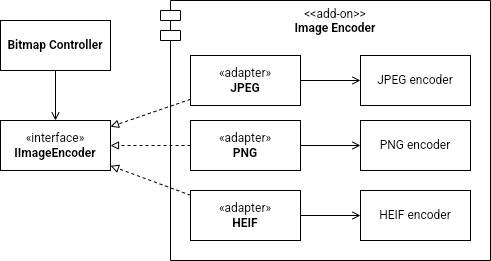
phunm211/SW-Associate-Architecture keeps this draw.io diagram as CA/QA_03.drawio.png. Above is the earlier version. Source tidied: cells renumbered, new cells last; positions are measured from the earlier drawing's top-left corner, leaving out a move shared by most shapes.
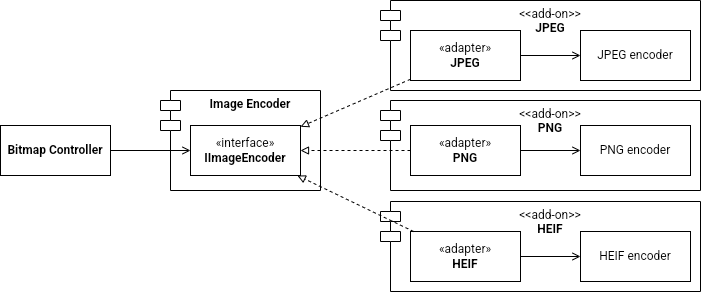
After the change.

What changed in the source:
```diff
@@ -2,53 +2,65 @@
   <root>
     <mxCell id="0" />
     <mxCell id="1" parent="0" />
+    <mxCell id="18" value="&amp;lt;&amp;lt;add-on&amp;gt;&amp;gt;&lt;br&gt;&lt;b&gt;HEIF&lt;/b&gt;" style="shape=module;align=left;spacingLeft=20;align=center;verticalAlign=top;whiteSpace=wrap;html=1;" parent="1" vertex="1">
+      <mxGeometry x="240" y="111" width="320" height="90" as="geometry" />
+    </mxCell>
+    <mxCell id="19" value="&amp;lt;&amp;lt;add-on&amp;gt;&amp;gt;&lt;br&gt;&lt;b&gt;PNG&lt;/b&gt;" style="shape=module;align=left;spacingLeft=20;align=center;verticalAlign=top;whiteSpace=wrap;html=1;" parent="1" vertex="1">
+      <mxGeometry x="240" y="10" width="320" height="90" as="geometry" />
+    </mxCell>
+    <mxCell id="9" value="«adapter»&lt;br&gt;&lt;b&gt;PNG&lt;/b&gt;" style="html=1;whiteSpace=wrap;" parent="1" vertex="1">
+      <mxGeometry x="270" y="35" width="110" height="50" as="geometry" />
+    </mxCell>
-    <mxCell id="2" value="&amp;lt;&amp;lt;add-on&amp;gt;&amp;gt;&lt;br&gt;&lt;b&gt;Image Encoder&lt;/b&gt;" style="shape=module;align=left;spacingLeft=20;align=center;verticalAlign=top;whiteSpace=wrap;html=1;" parent="1" vertex="1">
-      <mxGeometry x="160" width="330" height="260" as="geometry" />
+    <mxCell id="2" value="&lt;b&gt;Image Encoder&lt;/b&gt;" style="shape=module;align=left;spacingLeft=20;align=center;verticalAlign=top;whiteSpace=wrap;html=1;" parent="1" vertex="1">
+      <mxGeometry x="20" width="160" height="100" as="geometry" />
     </mxCell>
     <mxCell id="3" value="«interface»&lt;br&gt;&lt;b&gt;IImageEncoder&lt;/b&gt;" style="html=1;whiteSpace=wrap;" parent="1" vertex="1">
-      <mxGeometry y="120" width="110" height="50" as="geometry" />
+      <mxGeometry x="50" y="35" width="110" height="50" as="geometry" />
     </mxCell>
-    <mxCell id="4" style="rounded=0;jettySize=auto;html=1;dashed=1;endArrow=block;endFill=0;" parent="1" edge="1" source="6" target="3">
-      <mxGeometry relative="1" as="geometry" />
-    </mxCell>
-    <mxCell id="5" style="edgeStyle=none;rounded=0;jettySize=auto;html=1;endArrow=open;endFill=0;" parent="1" edge="1" source="6" target="13">
-      <mxGeometry relative="1" as="geometry" />
-    </mxCell>
-    <mxCell id="6" value="«adapter»&lt;br&gt;&lt;b&gt;JPEG&lt;/b&gt;" style="html=1;whiteSpace=wrap;" parent="1" vertex="1">
-      <mxGeometry x="190" y="55" width="110" height="50" as="geometry" />
-    </mxCell>
     <mxCell id="7" style="rounded=0;jettySize=auto;html=1;dashed=1;endArrow=block;endFill=0;" parent="1" edge="1" source="9" target="3">
       <mxGeometry relative="1" as="geometry" />
     </mxCell>
     <mxCell id="8" style="edgeStyle=none;rounded=0;jettySize=auto;html=1;endArrow=open;endFill=0;" parent="1" edge="1" source="9" target="15">
       <mxGeometry relative="1" as="geometry" />
     </mxCell>
-    <mxCell id="9" value="«adapter»&lt;br&gt;&lt;b&gt;PNG&lt;/b&gt;" style="html=1;whiteSpace=wrap;" parent="1" vertex="1">
-      <mxGeometry x="190" y="120" width="110" height="50" as="geometry" />
-    </mxCell>
-    <mxCell id="10" style="rounded=0;jettySize=auto;html=1;dashed=1;endArrow=block;endFill=0;" parent="1" edge="1" source="12" target="3">
-      <mxGeometry relative="1" as="geometry" />
-    </mxCell>
-    <mxCell id="11" style="edgeStyle=none;rounded=0;jettySize=auto;html=1;endArrow=open;endFill=0;" parent="1" edge="1" source="12" target="14">
+    <mxCell id="11" style="edgeStyle=none;rounded=0;jettySize=auto;html=1;exitX=1;exitY=0.5;exitDx=0;exitDy=0;endArrow=open;endFill=0;" parent="1" edge="1" source="12" target="14">
       <mxGeometry relative="1" as="geometry" />
     </mxCell>
     <mxCell id="12" value="«adapter»&lt;br&gt;&lt;b&gt;HEIF&lt;/b&gt;" style="html=1;whiteSpace=wrap;" parent="1" vertex="1">
-      <mxGeometry x="190" y="190" width="110" height="50" as="geometry" />
+      <mxGeometry x="270" y="141" width="110" height="50" as="geometry" />
     </mxCell>
-    <mxCell id="13" value="JPEG encoder" style="html=1;whiteSpace=wrap;" parent="1" vertex="1">
-      <mxGeometry x="360" y="55" width="110" height="50" as="geometry" />
-    </mxCell>
     <mxCell id="14" value="HEIF encoder" style="html=1;whiteSpace=wrap;" parent="1" vertex="1">
-      <mxGeometry x="360" y="190" width="110" height="50" as="geometry" />
+      <mxGeometry x="440" y="141" width="110" height="50" as="geometry" />
     </mxCell>
     <mxCell id="15" value="PNG encoder" style="html=1;whiteSpace=wrap;" parent="1" vertex="1">
-      <mxGeometry x="360" y="120" width="110" height="50" as="geometry" />
+      <mxGeometry x="440" y="35" width="110" height="50" as="geometry" />
     </mxCell>
     <mxCell id="16" style="edgeStyle=none;rounded=0;jettySize=auto;html=1;endArrow=open;endFill=0;" parent="1" edge="1" source="17" target="3">
       <mxGeometry relative="1" as="geometry" />
     </mxCell>
     <mxCell id="17" value="Bitmap Controller" style="html=1;whiteSpace=wrap;fontStyle=1;" parent="1" vertex="1">
-      <mxGeometry y="20" width="110" height="50" as="geometry" />
+      <mxGeometry x="-140" y="35" width="110" height="50" as="geometry" />
     </mxCell>
+    <mxCell id="20" style="group;" parent="1" vertex="1">
+      <mxGeometry x="240" y="-90" width="320" height="90" as="geometry" />
+    </mxCell>
+    <mxCell id="21" value="&amp;lt;&amp;lt;add-on&amp;gt;&amp;gt;&lt;br&gt;&lt;b&gt;JPEG&lt;/b&gt;" style="shape=module;align=left;spacingLeft=20;align=center;verticalAlign=top;whiteSpace=wrap;html=1;" parent="20" vertex="1">
+      <mxGeometry width="320" height="90" as="geometry" />
+    </mxCell>
+    <mxCell id="6" value="«adapter»&lt;br&gt;&lt;b&gt;JPEG&lt;/b&gt;" style="html=1;whiteSpace=wrap;" parent="20" vertex="1">
+      <mxGeometry x="30" y="30" width="110" height="50" as="geometry" />
+    </mxCell>
+    <mxCell id="13" value="JPEG encoder" style="html=1;whiteSpace=wrap;" parent="20" vertex="1">
+      <mxGeometry x="200" y="30" width="110" height="50" as="geometry" />
+    </mxCell>
+    <mxCell id="5" style="edgeStyle=none;rounded=0;jettySize=auto;html=1;endArrow=open;endFill=0;" parent="20" edge="1" source="6" target="13">
+      <mxGeometry relative="1" as="geometry" />
+    </mxCell>
+    <mxCell id="4" style="rounded=0;jettySize=auto;html=1;dashed=1;endArrow=block;endFill=0;" parent="1" edge="1" source="6" target="3">
+      <mxGeometry relative="1" as="geometry" />
+    </mxCell>
+    <mxCell id="10" style="rounded=0;jettySize=auto;html=1;dashed=1;endArrow=block;endFill=0;" parent="1" edge="1" source="12" target="3">
+      <mxGeometry relative="1" as="geometry" />
+    </mxCell>
   </root>
 </mxGraphModel>
```
